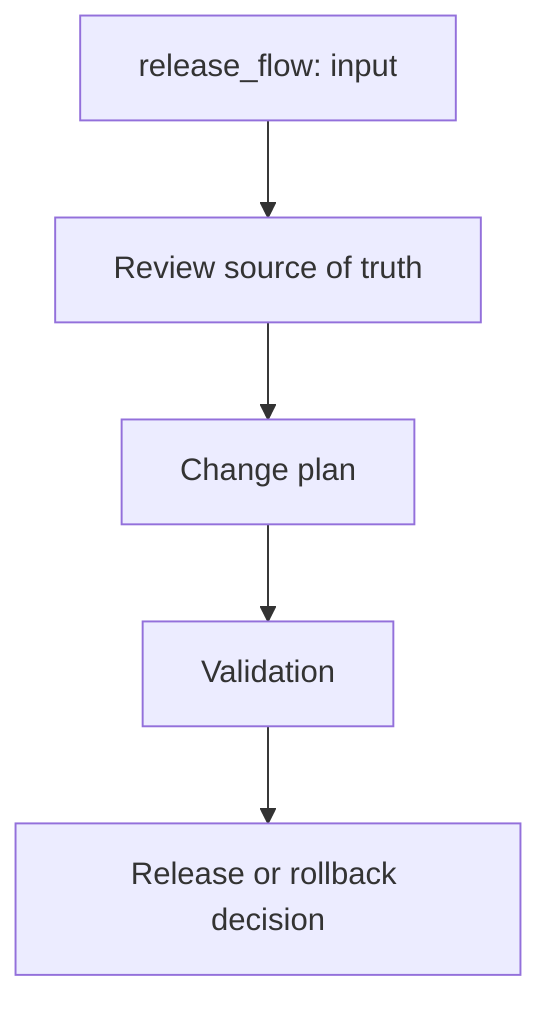
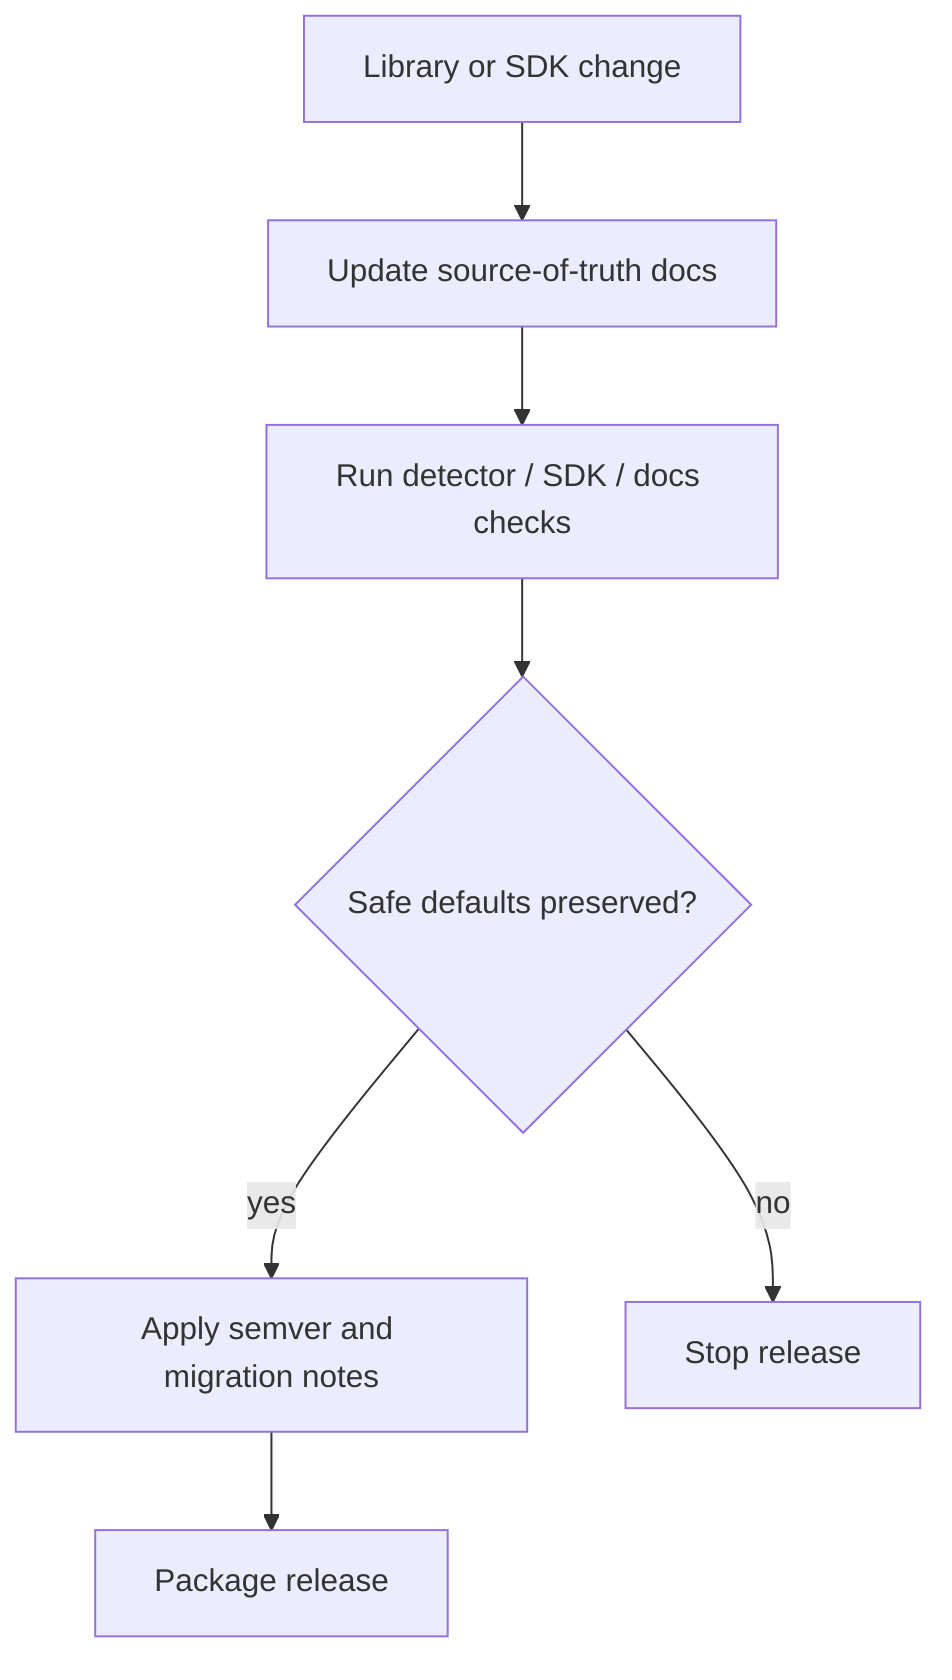
flowchart TD
-   A["release_flow: input"] --> B["Review source of truth"]
-   B --> C["Change plan"]
-   C --> D["Validation"]
-   D --> E["Release or rollback decision"]
+   Change["Library or SDK change"] --> Docs["Update source-of-truth docs"]
+   Docs --> Tests["Run detector / SDK / docs checks"]
+   Tests --> Safety{"Safe defaults preserved?"}
+   Safety -- "yes" --> Version["Apply semver and migration notes"]
+   Version --> Release["Package release"]
+   Safety -- "no" --> Stop["Stop release"]
